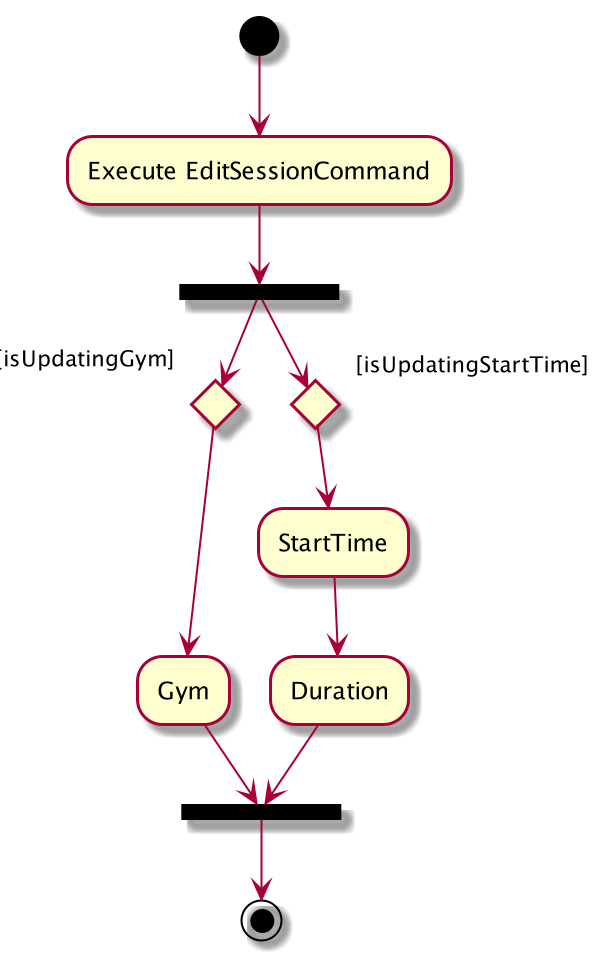
tanweijie123/tp keeps this PlantUML diagram as docs/images/EditSessionActivityDiagram.png. Above is the earlier version.
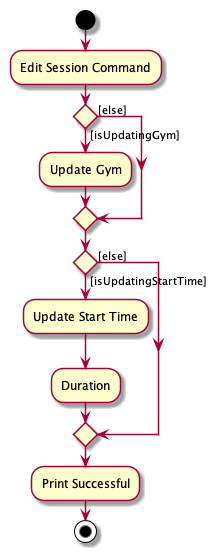
The same file after the commit.

Commit message:
Edit session and schedule changes

Change to the diagram source:
```diff
@@ -1,15 +1,17 @@
 @startuml
-(*) --> "Execute EditSessionCommand"
-"Execute EditSessionCommand" --> ===B1===
-===B1=== --> if [isUpdatingGym]
---> "Gym"
---> ===B2===
+start
+:Edit Session Command;
 
-===B1=== --> if [isUpdatingStartTime]
---> "StartTime"
---> "Duration"
---> ===B2===
+if () then ([isUpdatingGym])
+    :Update Gym;
+    else ([else])
+    endif
 
-
---> (*)
+    if () then ([isUpdatingStartTime])
+        :Update Start Time;
+        :Duration;
+        else ([else])
+        endif
+        :Print Successful;
+stop
 @enduml
```
